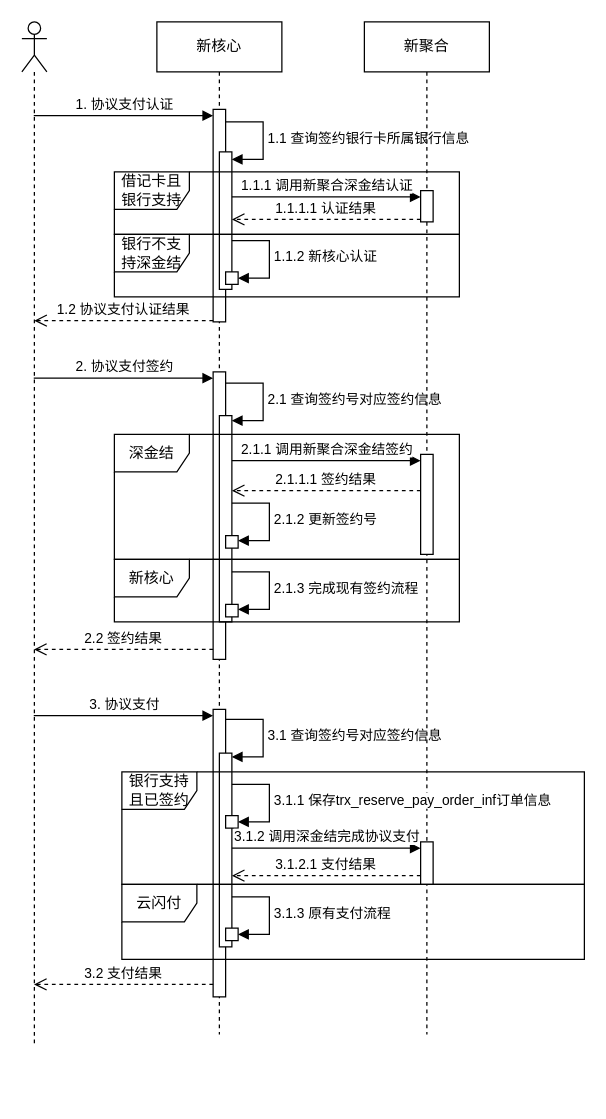
The draw.io diagram 云闪付通道切换.drawio in eltweiyao/app-diagrams, before the edit. Source tidied: cells renumbered, new cells numbered last; positions are measured from the earlier drawing's top-left corner, leaving out a move shared by most shapes. Both pictures are drawn from the tidied source at 125%, with x=0, y=0 at pixel (21, 21).
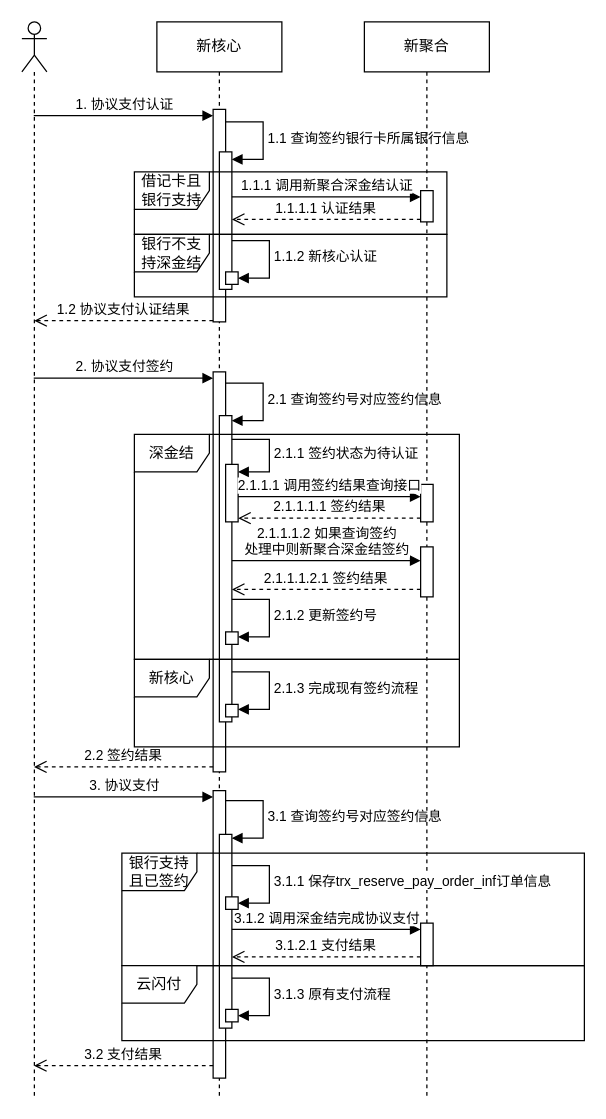
The same diagram, later.

Commit message:
更新云闪付通道切换.drawio

The edit, as a diff of the source:
```diff
@@
     <mxCell id="2" style="shape=umlLifeline;perimeter=lifelinePerimeter;whiteSpace=wrap;html=1;outlineConnect=0;portConstraint=eastwest;newEdgeStyle={&quot;curved&quot;:0,&quot;rounded&quot;:0};participant=umlActor;" parent="1" vertex="1">
-      <mxGeometry width="20" height="820" as="geometry" />
+      <mxGeometry width="20" height="860" as="geometry" />
     </mxCell>
     <mxCell id="3" value="新核心" style="shape=umlLifeline;perimeter=lifelinePerimeter;whiteSpace=wrap;html=1;newEdgeStyle={&quot;curved&quot;:0,&quot;rounded&quot;:0};" parent="1" vertex="1">
-      <mxGeometry x="108" width="100" height="810" as="geometry" />
+      <mxGeometry x="108" width="100" height="860" as="geometry" />
     </mxCell>
@@
     <mxCell id="8" style="html=1;points=[[0,0,0,0,5],[0,1,0,0,-5],[1,0,0,0,5],[1,1,0,0,-5]];perimeter=orthogonalPerimeter;outlineConnect=0;targetShapes=umlLifeline;portConstraint=eastwest;newEdgeStyle={&quot;curved&quot;:0,&quot;rounded&quot;:0};" parent="3" vertex="1">
-      <mxGeometry x="45" y="280" width="10" height="230" as="geometry" />
+      <mxGeometry x="45" y="280" width="10" height="320" as="geometry" />
     </mxCell>
     <mxCell id="9" style="html=1;points=[[0,0,0,0,5],[0,1,0,0,-5],[1,0,0,0,5],[1,1,0,0,-5]];perimeter=orthogonalPerimeter;outlineConnect=0;targetShapes=umlLifeline;portConstraint=eastwest;newEdgeStyle={&quot;curved&quot;:0,&quot;rounded&quot;:0};" parent="3" vertex="1">
-      <mxGeometry x="50" y="315" width="10" height="165" as="geometry" />
+      <mxGeometry x="50" y="315" width="10" height="245" as="geometry" />
     </mxCell>
@@
     <mxCell id="11" style="html=1;points=[[0,0,0,0,5],[0,1,0,0,-5],[1,0,0,0,5],[1,1,0,0,-5]];perimeter=orthogonalPerimeter;outlineConnect=0;targetShapes=umlLifeline;portConstraint=eastwest;newEdgeStyle={&quot;curved&quot;:0,&quot;rounded&quot;:0};" parent="3" vertex="1">
-      <mxGeometry x="45" y="550" width="10" height="230" as="geometry" />
+      <mxGeometry x="45" y="615" width="10" height="230" as="geometry" />
     </mxCell>
     <mxCell id="12" style="html=1;points=[[0,0,0,0,5],[0,1,0,0,-5],[1,0,0,0,5],[1,1,0,0,-5]];perimeter=orthogonalPerimeter;outlineConnect=0;targetShapes=umlLifeline;portConstraint=eastwest;newEdgeStyle={&quot;curved&quot;:0,&quot;rounded&quot;:0};" parent="3" vertex="1">
-      <mxGeometry x="50" y="585" width="10" height="155" as="geometry" />
+      <mxGeometry x="50" y="650" width="10" height="155" as="geometry" />
     </mxCell>
     <mxCell id="13" value="3.1 查询签约号对应签约信息" style="html=1;align=left;spacingLeft=2;endArrow=block;rounded=0;edgeStyle=orthogonalEdgeStyle;curved=0;rounded=0;" parent="3" edge="1" target="12">
       <mxGeometry relative="1" as="geometry">
-        <mxPoint x="55" y="558" as="sourcePoint" />
+        <mxPoint x="55" y="623" as="sourcePoint" />
         <Array as="points">
-          <mxPoint x="85" y="588" />
+          <mxPoint x="85" y="653" />
         </Array>
       </mxGeometry>
     </mxCell>
     <mxCell id="14" value="新聚合" style="shape=umlLifeline;perimeter=lifelinePerimeter;whiteSpace=wrap;html=1;newEdgeStyle={&quot;curved&quot;:0,&quot;rounded&quot;:0};" parent="1" vertex="1">
-      <mxGeometry x="274" width="100" height="810" as="geometry" />
+      <mxGeometry x="274" width="100" height="860" as="geometry" />
     </mxCell>
@@
     <mxCell id="16" value="借记卡且银行支持" style="shape=umlFrame;whiteSpace=wrap;html=1;" parent="1" vertex="1">
-      <mxGeometry x="74" y="120" width="276" height="50" as="geometry" />
+      <mxGeometry x="90" y="120" width="250" height="50" as="geometry" />
     </mxCell>
@@
     <mxCell id="20" value="银行不支持深金结" style="shape=umlFrame;whiteSpace=wrap;html=1;" parent="1" vertex="1">
-      <mxGeometry x="74" y="170" width="276" height="50" as="geometry" />
+      <mxGeometry x="90" y="170" width="250" height="50" as="geometry" />
     </mxCell>
@@
     <mxCell id="24" value="2.2 签约结果" style="html=1;verticalAlign=bottom;endArrow=open;dashed=1;endSize=8;curved=0;rounded=0;exitX=0;exitY=1;exitDx=0;exitDy=-5;" parent="1" edge="1">
       <mxGeometry relative="1" as="geometry">
-        <mxPoint x="153" y="502" as="sourcePoint" />
-        <mxPoint x="9.7" y="502" as="targetPoint" />
+        <mxPoint x="153" y="596" as="sourcePoint" />
+        <mxPoint x="9.7" y="596" as="targetPoint" />
       </mxGeometry>
     </mxCell>
     <mxCell id="25" value="深金结" style="shape=umlFrame;whiteSpace=wrap;html=1;" parent="1" vertex="1">
-      <mxGeometry x="74" y="330" width="276" height="100" as="geometry" />
+      <mxGeometry x="90" y="330" width="260" height="180" as="geometry" />
     </mxCell>
     <mxCell id="26" style="html=1;points=[[0,0,0,0,5],[0,1,0,0,-5],[1,0,0,0,5],[1,1,0,0,-5]];perimeter=orthogonalPerimeter;outlineConnect=0;targetShapes=umlLifeline;portConstraint=eastwest;newEdgeStyle={&quot;curved&quot;:0,&quot;rounded&quot;:0};" parent="1" vertex="1">
-      <mxGeometry x="319" y="346" width="10" height="80" as="geometry" />
+      <mxGeometry x="319" y="370" width="10" height="30" as="geometry" />
     </mxCell>
-    <mxCell id="27" value="2.1.1 调用新聚合深金结签约" style="html=1;verticalAlign=bottom;endArrow=block;curved=0;rounded=0;entryX=0;entryY=0;entryDx=0;entryDy=5;" parent="1" edge="1" source="9" target="26">
-      <mxGeometry relative="1" as="geometry" />
+    <mxCell id="27" value="2.1.1.1.2 如果查询签约&lt;br&gt;处理中则新聚合深金结签约" style="html=1;verticalAlign=bottom;endArrow=block;curved=0;rounded=0;entryX=0;entryY=0;entryDx=0;entryDy=5;" parent="1" edge="1">
+      <mxGeometry relative="1" as="geometry">
+        <mxPoint x="168" y="431" as="sourcePoint" />
+        <mxPoint x="319" y="431" as="targetPoint" />
+      </mxGeometry>
     </mxCell>
-    <mxCell id="28" value="2.1.1.1 签约结果" style="html=1;verticalAlign=bottom;endArrow=open;dashed=1;endSize=8;curved=0;rounded=0;exitX=0;exitY=1;exitDx=0;exitDy=-5;" parent="1" edge="1" target="9">
+    <mxCell id="28" value="2.1.1.1.2.1 签约结果" style="html=1;verticalAlign=bottom;endArrow=open;dashed=1;endSize=8;curved=0;rounded=0;exitX=0;exitY=1;exitDx=0;exitDy=-5;" parent="1" edge="1">
       <mxGeometry relative="1" as="geometry">
-        <mxPoint x="319" y="375" as="sourcePoint" />
+        <mxPoint x="319" y="454" as="sourcePoint" />
+        <mxPoint x="168" y="454" as="targetPoint" />
       </mxGeometry>
     </mxCell>
     <mxCell id="29" style="html=1;points=[[0,0,0,0,5],[0,1,0,0,-5],[1,0,0,0,5],[1,1,0,0,-5]];perimeter=orthogonalPerimeter;outlineConnect=0;targetShapes=umlLifeline;portConstraint=eastwest;newEdgeStyle={&quot;curved&quot;:0,&quot;rounded&quot;:0};" parent="1" vertex="1">
-      <mxGeometry x="163" y="411" width="10" height="10" as="geometry" />
+      <mxGeometry x="163" y="488" width="10" height="10" as="geometry" />
     </mxCell>
     <mxCell id="30" value="2.1.2 更新签约号" style="html=1;align=left;spacingLeft=2;endArrow=block;rounded=0;edgeStyle=orthogonalEdgeStyle;curved=0;rounded=0;" parent="1" edge="1" target="29">
       <mxGeometry relative="1" as="geometry">
-        <mxPoint x="168" y="385" as="sourcePoint" />
+        <mxPoint x="168" y="462" as="sourcePoint" />
         <Array as="points">
-          <mxPoint x="198" y="415" />
+          <mxPoint x="198" y="492" />
         </Array>
       </mxGeometry>
     </mxCell>
     <mxCell id="31" value="新核心" style="shape=umlFrame;whiteSpace=wrap;html=1;" parent="1" vertex="1">
-      <mxGeometry x="74" y="430" width="276" height="50" as="geometry" />
+      <mxGeometry x="90" y="510" width="260" height="70" as="geometry" />
     </mxCell>
     <mxCell id="32" style="html=1;points=[[0,0,0,0,5],[0,1,0,0,-5],[1,0,0,0,5],[1,1,0,0,-5]];perimeter=orthogonalPerimeter;outlineConnect=0;targetShapes=umlLifeline;portConstraint=eastwest;newEdgeStyle={&quot;curved&quot;:0,&quot;rounded&quot;:0};" parent="1" vertex="1">
-      <mxGeometry x="163" y="466" width="10" height="10" as="geometry" />
+      <mxGeometry x="163" y="546" width="10" height="10" as="geometry" />
     </mxCell>
     <mxCell id="33" value="2.1.3 完成现有签约流程" style="html=1;align=left;spacingLeft=2;endArrow=block;rounded=0;edgeStyle=orthogonalEdgeStyle;curved=0;rounded=0;" parent="1" edge="1" target="32">
       <mxGeometry relative="1" as="geometry">
-        <mxPoint x="168" y="440" as="sourcePoint" />
+        <mxPoint x="168" y="520" as="sourcePoint" />
         <Array as="points">
-          <mxPoint x="198" y="470" />
+          <mxPoint x="198" y="550" />
         </Array>
       </mxGeometry>
     </mxCell>
-    <mxCell id="34" value="3. 协议支付" style="html=1;verticalAlign=bottom;endArrow=block;curved=0;rounded=0;entryX=0;entryY=0;entryDx=0;entryDy=5;" parent="1" edge="1" source="2" target="11">
-      <mxGeometry relative="1" as="geometry" />
+    <mxCell id="34" value="3. 协议支付" style="html=1;verticalAlign=bottom;endArrow=block;curved=0;rounded=0;entryX=0;entryY=0;entryDx=0;entryDy=5;" parent="1" edge="1" target="11">
+      <mxGeometry relative="1" as="geometry">
+        <mxPoint x="9.5" y="620" as="sourcePoint" />
+      </mxGeometry>
     </mxCell>
     <mxCell id="35" value="3.2 支付结果" style="html=1;verticalAlign=bottom;endArrow=open;dashed=1;endSize=8;curved=0;rounded=0;exitX=0;exitY=1;exitDx=0;exitDy=-5;" parent="1" edge="1">
       <mxGeometry relative="1" as="geometry">
-        <mxPoint x="153" y="770" as="sourcePoint" />
-        <mxPoint x="9.7" y="770" as="targetPoint" />
+        <mxPoint x="153" y="835" as="sourcePoint" />
+        <mxPoint x="9.7" y="835" as="targetPoint" />
       </mxGeometry>
     </mxCell>
     <mxCell id="36" value="银行支持且已签约" style="shape=umlFrame;whiteSpace=wrap;html=1;" parent="1" vertex="1">
-      <mxGeometry x="80" y="600" width="370" height="90" as="geometry" />
+      <mxGeometry x="80" y="665" width="370" height="90" as="geometry" />
     </mxCell>
     <mxCell id="37" style="html=1;points=[[0,0,0,0,5],[0,1,0,0,-5],[1,0,0,0,5],[1,1,0,0,-5]];perimeter=orthogonalPerimeter;outlineConnect=0;targetShapes=umlLifeline;portConstraint=eastwest;newEdgeStyle={&quot;curved&quot;:0,&quot;rounded&quot;:0};" parent="1" vertex="1">
-      <mxGeometry x="163" y="635" width="10" height="10" as="geometry" />
+      <mxGeometry x="163" y="700" width="10" height="10" as="geometry" />
     </mxCell>
     <mxCell id="38" value="3.1.1 保存trx_reserve_pay_order_inf订单信息" style="html=1;align=left;spacingLeft=2;endArrow=block;rounded=0;edgeStyle=orthogonalEdgeStyle;curved=0;rounded=0;" parent="1" edge="1" target="37">
       <mxGeometry relative="1" as="geometry">
-        <mxPoint x="168" y="610" as="sourcePoint" />
+        <mxPoint x="168" y="675" as="sourcePoint" />
         <Array as="points">
-          <mxPoint x="198" y="640" />
+          <mxPoint x="198" y="705" />
         </Array>
       </mxGeometry>
     </mxCell>
     <mxCell id="39" style="html=1;points=[[0,0,0,0,5],[0,1,0,0,-5],[1,0,0,0,5],[1,1,0,0,-5]];perimeter=orthogonalPerimeter;outlineConnect=0;targetShapes=umlLifeline;portConstraint=eastwest;newEdgeStyle={&quot;curved&quot;:0,&quot;rounded&quot;:0};" parent="1" vertex="1">
-      <mxGeometry x="319" y="656" width="10" height="34" as="geometry" />
+      <mxGeometry x="319" y="721" width="10" height="34" as="geometry" />
     </mxCell>
@@
     <mxCell id="41" value="3.1.2.1 支付结果" style="html=1;verticalAlign=bottom;endArrow=open;dashed=1;endSize=8;curved=0;rounded=0;exitX=0;exitY=1;exitDx=0;exitDy=-5;" parent="1" edge="1" target="12">
       <mxGeometry relative="1" as="geometry">
-        <mxPoint x="319" y="683" as="sourcePoint" />
+        <mxPoint x="319" y="748" as="sourcePoint" />
       </mxGeometry>
     </mxCell>
     <mxCell id="42" value="云闪付" style="shape=umlFrame;whiteSpace=wrap;html=1;" parent="1" vertex="1">
-      <mxGeometry x="80" y="690" width="370" height="60" as="geometry" />
+      <mxGeometry x="80" y="755" width="370" height="60" as="geometry" />
     </mxCell>
     <mxCell id="43" style="html=1;points=[[0,0,0,0,5],[0,1,0,0,-5],[1,0,0,0,5],[1,1,0,0,-5]];perimeter=orthogonalPerimeter;outlineConnect=0;targetShapes=umlLifeline;portConstraint=eastwest;newEdgeStyle={&quot;curved&quot;:0,&quot;rounded&quot;:0};" parent="1" vertex="1">
-      <mxGeometry x="163" y="725" width="10" height="10" as="geometry" />
+      <mxGeometry x="163" y="790" width="10" height="10" as="geometry" />
     </mxCell>
     <mxCell id="44" value="3.1.3 原有支付流程" style="html=1;align=left;spacingLeft=2;endArrow=block;rounded=0;edgeStyle=orthogonalEdgeStyle;curved=0;rounded=0;" parent="1" edge="1" target="43">
       <mxGeometry relative="1" as="geometry">
-        <mxPoint x="168" y="700" as="sourcePoint" />
+        <mxPoint x="168" y="765" as="sourcePoint" />
         <Array as="points">
-          <mxPoint x="198" y="730" />
+          <mxPoint x="198" y="795" />
         </Array>
       </mxGeometry>
     </mxCell>
+    <mxCell id="45" style="html=1;points=[[0,0,0,0,5],[0,1,0,0,-5],[1,0,0,0,5],[1,1,0,0,-5]];perimeter=orthogonalPerimeter;outlineConnect=0;targetShapes=umlLifeline;portConstraint=eastwest;newEdgeStyle={&quot;curved&quot;:0,&quot;rounded&quot;:0};" parent="1" vertex="1">
+      <mxGeometry x="163" y="354" width="10" height="46" as="geometry" />
+    </mxCell>
+    <mxCell id="46" value="2.1.1 签约状态为待认证" style="html=1;align=left;spacingLeft=2;endArrow=block;rounded=0;edgeStyle=orthogonalEdgeStyle;curved=0;rounded=0;" parent="1" edge="1" target="45">
+      <mxGeometry relative="1" as="geometry">
+        <mxPoint x="168" y="334" as="sourcePoint" />
+        <Array as="points">
+          <mxPoint x="198" y="334" />
+          <mxPoint x="198" y="360" />
+        </Array>
+      </mxGeometry>
+    </mxCell>
+    <mxCell id="47" value="2.1.1.1 调用签约结果查询接口" style="html=1;verticalAlign=bottom;endArrow=block;curved=0;rounded=0;" parent="1" edge="1" target="26">
+      <mxGeometry relative="1" as="geometry">
+        <mxPoint x="173" y="379.8" as="sourcePoint" />
+      </mxGeometry>
+    </mxCell>
+    <mxCell id="48" value="2.1.1.1.1 签约结果" style="html=1;verticalAlign=bottom;endArrow=open;dashed=1;endSize=8;curved=0;rounded=0;entryX=1;entryY=1;entryDx=0;entryDy=-5;entryPerimeter=0;" parent="1" edge="1">
+      <mxGeometry relative="1" as="geometry">
+        <mxPoint x="319" y="397" as="sourcePoint" />
+        <mxPoint x="173" y="397" as="targetPoint" />
+      </mxGeometry>
+    </mxCell>
+    <mxCell id="49" style="html=1;perimeter=orthogonalPerimeter;targetShapes=umlLifeline;newEdgeStyle={&quot;curved&quot;:0,&quot;rounded&quot;:0};" parent="1" vertex="1">
+      <mxGeometry x="319" y="420" width="10" height="40" as="geometry" />
+    </mxCell>
```
